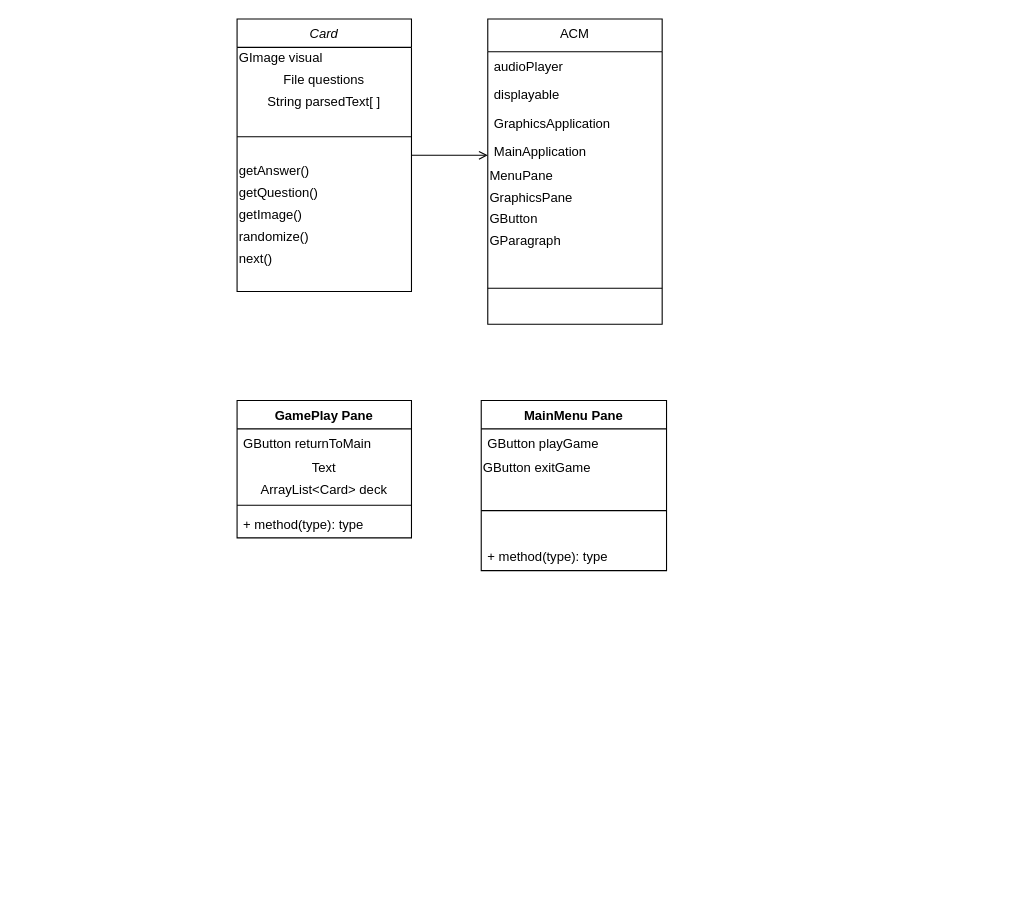
Earlier version of the draw.io diagram Untitled Diagram.drawio (Prot0ast/Repository-Name). Source tidied: cells renumbered, new cells numbered last; positions are measured from the earlier drawing's top-left corner, leaving out a move shared by most shapes. Both pictures are drawn from the tidied source at 109%, with x=0, y=0 at pixel (237, 19).
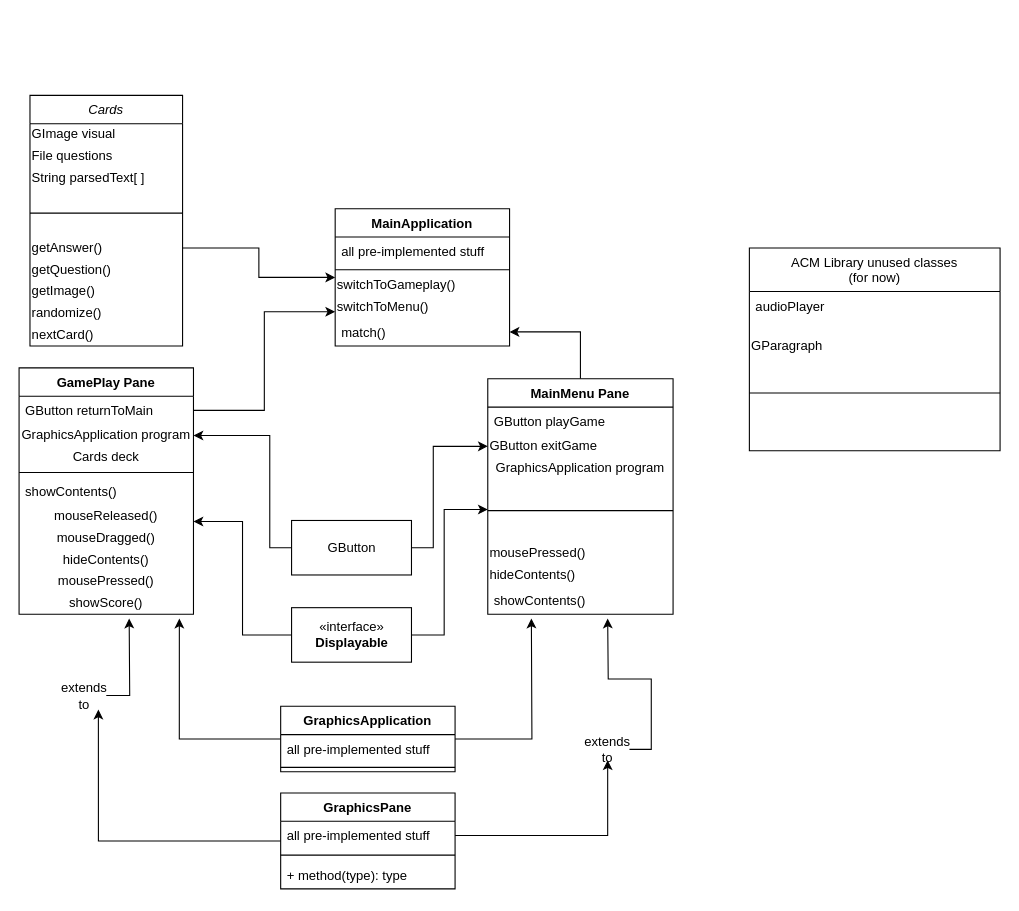
The same page after the edit.

The change refers to these unchanged cells:
```xml
<mxCell id="25" value="&lt;div align=&quot;left&quot;&gt;GButton exitGame&lt;br&gt;&lt;/div&gt;" style="text;html=1;strokeColor=none;fillColor=none;align=left;verticalAlign=middle;whiteSpace=wrap;rounded=0;" parent="23" vertex="1">
  <mxGeometry y="52" width="170" height="20" as="geometry" />
</mxCell>
<mxCell id="29" value="GButton returnToMain" style="text;strokeColor=none;fillColor=none;align=left;verticalAlign=top;spacingLeft=4;spacingRight=4;overflow=hidden;points=[[0,0.5],[1,0.5]];portConstraint=eastwest;" parent="28" vertex="1">
  <mxGeometry y="26" width="160" height="26" as="geometry" />
</mxCell>
```

Diff of the diagram source:
```diff
@@
-    <mxCell id="2" value="Card" style="swimlane;fontStyle=2;align=center;verticalAlign=top;horizontal=1;startSize=26;rounded=0;shadow=0;strokeWidth=1;" parent="1" vertex="1">
-      <mxGeometry width="160" height="250" as="geometry" />
+    <mxCell id="2" value="Cards" style="swimlane;fontStyle=2;align=center;verticalAlign=top;horizontal=1;startSize=26;rounded=0;shadow=0;strokeWidth=1;" parent="1" vertex="1">
+      <mxGeometry x="-190" y="70" width="140" height="230" as="geometry" />
     </mxCell>
     <mxCell id="3" value="&lt;div align=&quot;left&quot;&gt;GImage visual&lt;/div&gt;" style="text;html=1;strokeColor=none;fillColor=none;align=left;verticalAlign=middle;whiteSpace=wrap;rounded=0;" parent="2" vertex="1">
-      <mxGeometry y="26" width="160" height="20" as="geometry" />
+      <mxGeometry y="26" width="140" height="20" as="geometry" />
     </mxCell>
-    <mxCell id="4" value="File questions" style="text;html=1;strokeColor=none;fillColor=none;align=center;verticalAlign=middle;whiteSpace=wrap;rounded=0;" parent="2" vertex="1">
-      <mxGeometry y="46" width="160" height="20" as="geometry" />
+    <mxCell id="4" value="&lt;div align=&quot;left&quot;&gt;File questions&lt;/div&gt;" style="text;html=1;strokeColor=none;fillColor=none;align=left;verticalAlign=middle;whiteSpace=wrap;rounded=0;" parent="2" vertex="1">
+      <mxGeometry y="46" width="140" height="20" as="geometry" />
     </mxCell>
-    <mxCell id="5" value="String parsedText[ ]" style="text;html=1;strokeColor=none;fillColor=none;align=center;verticalAlign=middle;whiteSpace=wrap;rounded=0;" parent="2" vertex="1">
-      <mxGeometry y="66" width="160" height="20" as="geometry" />
+    <mxCell id="5" value="&lt;div align=&quot;left&quot;&gt;String parsedText[ ]&lt;/div&gt;" style="text;html=1;strokeColor=none;fillColor=none;align=left;verticalAlign=middle;whiteSpace=wrap;rounded=0;" parent="2" vertex="1">
+      <mxGeometry y="66" width="140" height="20" as="geometry" />
     </mxCell>
     <mxCell id="6" style="line;html=1;strokeWidth=1;align=left;verticalAlign=middle;spacingTop=-1;spacingLeft=3;spacingRight=3;labelPosition=right;" parent="2" vertex="1">
-      <mxGeometry y="86" width="160" height="44" as="geometry" />
+      <mxGeometry y="86" width="140" height="44" as="geometry" />
     </mxCell>
     <mxCell id="7" value="&lt;div align=&quot;left&quot;&gt;getAnswer()&lt;/div&gt;" style="text;html=1;strokeColor=none;fillColor=none;align=left;verticalAlign=middle;whiteSpace=wrap;rounded=0;" parent="2" vertex="1">
-      <mxGeometry y="130" width="160" height="20" as="geometry" />
+      <mxGeometry y="130" width="140" height="20" as="geometry" />
     </mxCell>
     <mxCell id="8" value="&lt;div align=&quot;left&quot;&gt;getQuestion()&lt;/div&gt;" style="text;html=1;strokeColor=none;fillColor=none;align=left;verticalAlign=middle;whiteSpace=wrap;rounded=0;" parent="2" vertex="1">
-      <mxGeometry y="150" width="160" height="20" as="geometry" />
+      <mxGeometry y="150" width="140" height="20" as="geometry" />
     </mxCell>
     <mxCell id="9" value="&lt;div align=&quot;left&quot;&gt;getImage()&lt;/div&gt;" style="text;html=1;strokeColor=none;fillColor=none;align=left;verticalAlign=middle;whiteSpace=wrap;rounded=0;" parent="2" vertex="1">
-      <mxGeometry y="170" width="160" height="20" as="geometry" />
+      <mxGeometry y="170" width="140" height="20" as="geometry" />
     </mxCell>
     <mxCell id="10" value="&lt;div align=&quot;left&quot;&gt;randomize()&lt;/div&gt;" style="text;html=1;strokeColor=none;fillColor=none;align=left;verticalAlign=middle;whiteSpace=wrap;rounded=0;" parent="2" vertex="1">
-      <mxGeometry y="190" width="160" height="20" as="geometry" />
+      <mxGeometry y="190" width="140" height="20" as="geometry" />
     </mxCell>
-    <mxCell id="11" value="&lt;div align=&quot;left&quot;&gt;next()&lt;/div&gt;" style="text;html=1;strokeColor=none;fillColor=none;align=left;verticalAlign=middle;whiteSpace=wrap;rounded=0;" parent="2" vertex="1">
-      <mxGeometry y="210" width="160" height="20" as="geometry" />
+    <mxCell id="11" value="&lt;div align=&quot;left&quot;&gt;nextCard()&lt;/div&gt;" style="text;html=1;strokeColor=none;fillColor=none;align=left;verticalAlign=middle;whiteSpace=wrap;rounded=0;" parent="2" vertex="1">
+      <mxGeometry y="210" width="140" height="20" as="geometry" />
     </mxCell>
-    <mxCell id="12" value="ACM" style="swimlane;fontStyle=0;align=center;verticalAlign=top;horizontal=1;startSize=30;rounded=0;shadow=0;strokeWidth=1;" parent="1" vertex="1">
-      <mxGeometry x="230" width="160" height="280" as="geometry" />
+    <mxCell id="12" value="ACM Library unused classes&#10;(for now)&#10;" style="swimlane;fontStyle=0;align=center;verticalAlign=top;horizontal=1;startSize=40;rounded=0;shadow=0;strokeWidth=1;" parent="1" vertex="1">
+      <mxGeometry x="470" y="210" width="230" height="186" as="geometry" />
     </mxCell>
     <mxCell id="13" value="audioPlayer" style="text;align=left;verticalAlign=top;spacingLeft=4;spacingRight=4;overflow=hidden;" parent="12" vertex="1">
-      <mxGeometry y="30" width="160" height="26" as="geometry" />
+      <mxGeometry y="40" width="230" height="40" as="geometry" />
     </mxCell>
-    <mxCell id="14" value="displayable" style="text;align=left;verticalAlign=top;spacingLeft=4;spacingRight=4;overflow=hidden;rounded=0;shadow=0;html=0;" parent="12" vertex="1">
-      <mxGeometry y="56" width="160" height="26" as="geometry" />
-    </mxCell>
-    <mxCell id="15" value="GraphicsApplication" style="text;align=left;verticalAlign=top;spacingLeft=4;spacingRight=4;overflow=hidden;points=[[0,0.5],[1,0.5]];portConstraint=eastwest;rounded=0;shadow=0;html=0;" parent="12" vertex="1">
-      <mxGeometry y="82" width="160" height="26" as="geometry" />
-    </mxCell>
-    <mxCell id="16" value="MainApplication&#10;" style="text;align=left;verticalAlign=top;spacingLeft=4;spacingRight=4;overflow=hidden;points=[[0,0.5],[1,0.5]];portConstraint=eastwest;rounded=0;shadow=0;html=0;" parent="12" vertex="1">
-      <mxGeometry y="108" width="160" height="26" as="geometry" />
-    </mxCell>
-    <mxCell id="17" value="&lt;div align=&quot;left&quot;&gt;MenuPane&lt;/div&gt;" style="text;html=1;strokeColor=none;fillColor=none;align=left;verticalAlign=middle;whiteSpace=wrap;rounded=0;" parent="12" vertex="1">
-      <mxGeometry y="134" width="160" height="20" as="geometry" />
-    </mxCell>
-    <mxCell id="18" value="&lt;div align=&quot;left&quot;&gt;GraphicsPane&lt;/div&gt;" style="text;html=1;strokeColor=none;fillColor=none;align=left;verticalAlign=middle;whiteSpace=wrap;rounded=0;" parent="12" vertex="1">
-      <mxGeometry y="154" width="160" height="20" as="geometry" />
-    </mxCell>
-    <mxCell id="19" value="&lt;div align=&quot;left&quot;&gt;GButton&lt;/div&gt;" style="text;html=1;strokeColor=none;fillColor=none;align=left;verticalAlign=middle;whiteSpace=wrap;rounded=0;" parent="12" vertex="1">
-      <mxGeometry y="174" width="160" height="20" as="geometry" />
-    </mxCell>
     <mxCell id="20" value="&lt;div align=&quot;left&quot;&gt;GParagraph&lt;/div&gt;" style="text;html=1;strokeColor=none;fillColor=none;align=left;verticalAlign=middle;whiteSpace=wrap;rounded=0;" parent="12" vertex="1">
-      <mxGeometry y="194" width="160" height="20" as="geometry" />
+      <mxGeometry y="80" width="230" height="20" as="geometry" />
     </mxCell>
     <mxCell id="21" style="line;html=1;strokeWidth=1;align=left;verticalAlign=middle;spacingTop=-1;spacingLeft=3;spacingRight=3;labelPosition=right;" parent="12" vertex="1">
-      <mxGeometry y="214" width="160" height="66" as="geometry" />
+      <mxGeometry y="100" width="230" height="66" as="geometry" />
     </mxCell>
-    <mxCell id="22" style="endArrow=open;shadow=0;strokeWidth=1;rounded=0;endFill=1;edgeStyle=elbowEdgeStyle;elbow=vertical;" parent="1" edge="1" source="2" target="12">
-      <mxGeometry x="0.5" y="41" relative="1" as="geometry">
-        <mxPoint x="-40" y="32" as="offset" />
-      </mxGeometry>
-    </mxCell>
+    <mxCell id="34" style="edgeStyle=orthogonalEdgeStyle;rounded=0;jettySize=auto;html=1;entryX=1;entryY=0.5;entryDx=0;entryDy=0;" parent="1" edge="1" source="23" target="47">
+      <mxGeometry relative="1" as="geometry" />
+    </mxCell>
     <mxCell id="23" value="MainMenu Pane" style="swimlane;fontStyle=1;align=center;verticalAlign=top;horizontal=1;startSize=26;" parent="1" vertex="1">
-      <mxGeometry x="224" y="350" width="170" height="156" as="geometry" />
+      <mxGeometry x="230" y="330" width="170" height="216" as="geometry" />
     </mxCell>
@@
+    <mxCell id="35" value="GraphicsApplication program" style="text;html=1;strokeColor=none;fillColor=none;align=center;verticalAlign=middle;whiteSpace=wrap;rounded=0;" parent="23" vertex="1">
+      <mxGeometry y="72" width="170" height="20" as="geometry" />
+    </mxCell>
     <mxCell id="26" style="line;strokeWidth=1;fillColor=none;align=left;verticalAlign=middle;spacingTop=-1;spacingLeft=3;spacingRight=3;labelPosition=right;" parent="23" vertex="1">
-      <mxGeometry y="72" width="170" height="58" as="geometry" />
+      <mxGeometry y="92" width="170" height="58" as="geometry" />
     </mxCell>
+    <mxCell id="36" value="&lt;div align=&quot;left&quot;&gt;mousePressed()&lt;/div&gt;" style="text;html=1;strokeColor=none;fillColor=none;align=left;verticalAlign=middle;whiteSpace=wrap;rounded=0;" parent="23" vertex="1">
+      <mxGeometry y="150" width="170" height="20" as="geometry" />
+    </mxCell>
+    <mxCell id="37" value="&lt;div align=&quot;left&quot;&gt;hideContents()&lt;/div&gt;" style="text;html=1;strokeColor=none;fillColor=none;align=left;verticalAlign=middle;whiteSpace=wrap;rounded=0;" parent="23" vertex="1">
+      <mxGeometry y="170" width="170" height="20" as="geometry" />
+    </mxCell>
-    <mxCell id="27" value="+ method(type): type" style="text;strokeColor=none;fillColor=none;align=left;verticalAlign=top;spacingLeft=4;spacingRight=4;overflow=hidden;" parent="23" vertex="1">
-      <mxGeometry y="130" width="170" height="26" as="geometry" />
+    <mxCell id="27" value="showContents()" style="text;strokeColor=none;fillColor=none;align=left;verticalAlign=top;spacingLeft=4;spacingRight=4;overflow=hidden;" parent="23" vertex="1">
+      <mxGeometry y="190" width="170" height="26" as="geometry" />
     </mxCell>
     <mxCell id="28" value="GamePlay Pane" style="swimlane;fontStyle=1;align=center;verticalAlign=top;horizontal=1;startSize=26;" parent="1" vertex="1">
-      <mxGeometry y="350" width="160" height="126" as="geometry" />
+      <mxGeometry x="-200" y="320" width="160" height="226" as="geometry" />
     </mxCell>
@@
-    <mxCell id="30" value="Text" style="text;html=1;strokeColor=none;fillColor=none;align=center;verticalAlign=middle;whiteSpace=wrap;rounded=0;" parent="28" vertex="1">
+    <mxCell id="30" value="GraphicsApplication program" style="text;html=1;strokeColor=none;fillColor=none;align=center;verticalAlign=middle;whiteSpace=wrap;rounded=0;" parent="28" vertex="1">
       <mxGeometry y="52" width="160" height="20" as="geometry" />
     </mxCell>
-    <mxCell id="31" value="&lt;div align=&quot;left&quot;&gt;ArrayList&amp;lt;Card&amp;gt; deck&lt;br&gt;&lt;/div&gt;" style="text;html=1;strokeColor=none;fillColor=none;align=center;verticalAlign=middle;whiteSpace=wrap;rounded=0;" parent="28" vertex="1">
+    <mxCell id="31" value="Cards deck" style="text;html=1;strokeColor=none;fillColor=none;align=center;verticalAlign=middle;whiteSpace=wrap;rounded=0;" parent="28" vertex="1">
       <mxGeometry y="72" width="160" height="20" as="geometry" />
     </mxCell>
@@
-    <mxCell id="33" value="+ method(type): type" style="text;strokeColor=none;fillColor=none;align=left;verticalAlign=top;spacingLeft=4;spacingRight=4;overflow=hidden;" parent="28" vertex="1">
+    <mxCell id="33" value="showContents()" style="text;strokeColor=none;fillColor=none;align=left;verticalAlign=top;spacingLeft=4;spacingRight=4;overflow=hidden;" parent="28" vertex="1">
       <mxGeometry y="100" width="160" height="26" as="geometry" />
     </mxCell>
+    <mxCell id="38" value="mouseReleased()" style="text;html=1;strokeColor=none;fillColor=none;align=center;verticalAlign=middle;whiteSpace=wrap;rounded=0;" parent="28" vertex="1">
+      <mxGeometry y="126" width="160" height="20" as="geometry" />
+    </mxCell>
+    <mxCell id="39" value="mouseDragged()" style="text;html=1;strokeColor=none;fillColor=none;align=center;verticalAlign=middle;whiteSpace=wrap;rounded=0;" parent="28" vertex="1">
+      <mxGeometry y="146" width="160" height="20" as="geometry" />
+    </mxCell>
+    <mxCell id="40" value="hideContents()" style="text;html=1;strokeColor=none;fillColor=none;align=center;verticalAlign=middle;whiteSpace=wrap;rounded=0;" parent="28" vertex="1">
+      <mxGeometry y="166" width="160" height="20" as="geometry" />
+    </mxCell>
+    <mxCell id="41" value="mousePressed()" style="text;html=1;strokeColor=none;fillColor=none;align=center;verticalAlign=middle;whiteSpace=wrap;rounded=0;" parent="28" vertex="1">
+      <mxGeometry y="186" width="160" height="20" as="geometry" />
+    </mxCell>
+    <mxCell id="42" value="showScore()" style="text;html=1;strokeColor=none;fillColor=none;align=center;verticalAlign=middle;whiteSpace=wrap;rounded=0;" parent="28" vertex="1">
+      <mxGeometry y="206" width="160" height="20" as="geometry" />
+    </mxCell>
+    <mxCell id="16" value="MainApplication" style="swimlane;fontStyle=1;align=center;verticalAlign=top;horizontal=1;startSize=26;" parent="1" vertex="1">
+      <mxGeometry x="90" y="174" width="160" height="126" as="geometry" />
+    </mxCell>
+    <mxCell id="43" value="all pre-implemented stuff" style="text;strokeColor=none;fillColor=none;align=left;verticalAlign=top;spacingLeft=4;spacingRight=4;overflow=hidden;" parent="16" vertex="1">
+      <mxGeometry y="26" width="160" height="26" as="geometry" />
+    </mxCell>
+    <mxCell id="44" style="line;strokeWidth=1;fillColor=none;align=left;verticalAlign=middle;spacingTop=-1;spacingLeft=3;spacingRight=3;labelPosition=right;" parent="16" vertex="1">
+      <mxGeometry y="52" width="160" height="8" as="geometry" />
+    </mxCell>
+    <mxCell id="45" value="&lt;div align=&quot;left&quot;&gt;switchToGameplay()&lt;/div&gt;" style="text;html=1;strokeColor=none;fillColor=none;align=left;verticalAlign=middle;whiteSpace=wrap;rounded=0;" parent="16" vertex="1">
+      <mxGeometry y="60" width="160" height="20" as="geometry" />
+    </mxCell>
+    <mxCell id="46" value="&lt;div align=&quot;left&quot;&gt;switchToMenu()&lt;/div&gt;" style="text;html=1;strokeColor=none;fillColor=none;align=left;verticalAlign=middle;whiteSpace=wrap;rounded=0;" parent="16" vertex="1">
+      <mxGeometry y="80" width="160" height="20" as="geometry" />
+    </mxCell>
+    <mxCell id="47" value="match()" style="text;strokeColor=none;fillColor=none;align=left;verticalAlign=top;spacingLeft=4;spacingRight=4;overflow=hidden;points=[[0,0.5],[1,0.5]];portConstraint=eastwest;" parent="16" vertex="1">
+      <mxGeometry y="100" width="160" height="26" as="geometry" />
+    </mxCell>
+    <mxCell id="48" style="edgeStyle=orthogonalEdgeStyle;rounded=0;jettySize=auto;html=1;entryX=0;entryY=0.75;entryDx=0;entryDy=0;" parent="1" edge="1" source="29" target="16">
+      <mxGeometry relative="1" as="geometry" />
+    </mxCell>
+    <mxCell id="49" style="edgeStyle=orthogonalEdgeStyle;rounded=0;jettySize=auto;html=1;" parent="1" edge="1" source="7" target="16">
+      <mxGeometry relative="1" as="geometry" />
+    </mxCell>
+    <mxCell id="50" style="edgeStyle=orthogonalEdgeStyle;rounded=0;jettySize=auto;html=1;entryX=0.919;entryY=1.2;entryDx=0;entryDy=0;entryPerimeter=0;" parent="1" edge="1" source="15" target="42">
+      <mxGeometry relative="1" as="geometry" />
+    </mxCell>
+    <mxCell id="51" style="edgeStyle=orthogonalEdgeStyle;rounded=0;jettySize=auto;html=1;" parent="1" edge="1" source="15">
+      <mxGeometry relative="1" as="geometry">
+        <mxPoint x="270" y="550" as="targetPoint" />
+      </mxGeometry>
+    </mxCell>
+    <mxCell id="15" value="GraphicsApplication" style="swimlane;fontStyle=1;align=center;verticalAlign=top;horizontal=1;startSize=26;" parent="1" vertex="1">
+      <mxGeometry x="40" y="630.5" width="160" height="60" as="geometry" />
+    </mxCell>
+    <mxCell id="52" value="all pre-implemented stuff" style="text;strokeColor=none;fillColor=none;align=left;verticalAlign=top;spacingLeft=4;spacingRight=4;overflow=hidden;" parent="15" vertex="1">
+      <mxGeometry y="26" width="160" height="26" as="geometry" />
+    </mxCell>
+    <mxCell id="53" style="line;strokeWidth=1;fillColor=none;align=left;verticalAlign=middle;spacingTop=-1;spacingLeft=3;spacingRight=3;labelPosition=right;" parent="15" vertex="1">
+      <mxGeometry y="52" width="160" height="8" as="geometry" />
+    </mxCell>
+    <mxCell id="54" style="edgeStyle=orthogonalEdgeStyle;rounded=0;jettySize=auto;html=1;" parent="1" edge="1" source="59">
+      <mxGeometry relative="1" as="geometry">
+        <mxPoint x="-99" y="550" as="targetPoint" />
+      </mxGeometry>
+    </mxCell>
+    <mxCell id="18" value="GraphicsPane" style="swimlane;fontStyle=1;align=center;verticalAlign=top;horizontal=1;startSize=26;" parent="1" vertex="1">
+      <mxGeometry x="40" y="710" width="160" height="88" as="geometry" />
+    </mxCell>
+    <mxCell id="55" value="all pre-implemented stuff" style="text;strokeColor=none;fillColor=none;align=left;verticalAlign=top;spacingLeft=4;spacingRight=4;overflow=hidden;points=[[0,0.5],[1,0.5]];portConstraint=eastwest;" parent="18" vertex="1">
+      <mxGeometry y="26" width="160" height="26" as="geometry" />
+    </mxCell>
+    <mxCell id="56" style="line;strokeWidth=1;fillColor=none;align=left;verticalAlign=middle;spacingTop=-1;spacingLeft=3;spacingRight=3;labelPosition=right;" parent="18" vertex="1">
+      <mxGeometry y="52" width="160" height="10" as="geometry" />
+    </mxCell>
+    <mxCell id="57" value="+ method(type): type" style="text;strokeColor=none;fillColor=none;align=left;verticalAlign=top;spacingLeft=4;spacingRight=4;overflow=hidden;" parent="18" vertex="1">
+      <mxGeometry y="62" width="160" height="26" as="geometry" />
+    </mxCell>
+    <mxCell id="58" style="edgeStyle=orthogonalEdgeStyle;rounded=0;jettySize=auto;html=1;exitX=1;exitY=0.5;exitDx=0;exitDy=0;" parent="1" edge="1" source="66">
+      <mxGeometry relative="1" as="geometry">
+        <mxPoint x="340" y="550" as="targetPoint" />
+      </mxGeometry>
+    </mxCell>
+    <mxCell id="59" value="extends to" style="text;html=1;strokeColor=none;fillColor=none;align=center;verticalAlign=middle;whiteSpace=wrap;rounded=0;" parent="1" vertex="1">
+      <mxGeometry x="-160" y="610.5" width="40" height="20" as="geometry" />
+    </mxCell>
+    <mxCell id="60" style="edgeStyle=orthogonalEdgeStyle;rounded=0;jettySize=auto;html=1;entryX=0.819;entryY=1.15;entryDx=0;entryDy=0;entryPerimeter=0;" parent="1" edge="1" source="18" target="59">
+      <mxGeometry relative="1" as="geometry" />
+    </mxCell>
+    <mxCell id="61" style="edgeStyle=orthogonalEdgeStyle;rounded=0;jettySize=auto;html=1;entryX=1;entryY=0.75;entryDx=0;entryDy=0;" parent="1" edge="1" source="63" target="38">
+      <mxGeometry relative="1" as="geometry" />
+    </mxCell>
+    <mxCell id="62" style="edgeStyle=orthogonalEdgeStyle;rounded=0;jettySize=auto;html=1;exitX=1;exitY=0.5;exitDx=0;exitDy=0;" parent="1" edge="1" source="63">
+      <mxGeometry relative="1" as="geometry">
+        <mxPoint x="230" y="450" as="targetPoint" />
+        <Array as="points">
+          <mxPoint x="190" y="565" />
+          <mxPoint x="190" y="450" />
+        </Array>
+      </mxGeometry>
+    </mxCell>
+    <mxCell id="63" value="«interface»&lt;br&gt;&lt;b&gt;Displayable&lt;/b&gt;" style="html=1;" parent="1" vertex="1">
+      <mxGeometry x="50" y="540" width="110" height="50" as="geometry" />
+    </mxCell>
+    <mxCell id="64" style="edgeStyle=orthogonalEdgeStyle;rounded=0;jettySize=auto;html=1;entryX=1;entryY=0.5;entryDx=0;entryDy=0;" parent="1" edge="1" source="19" target="30">
+      <mxGeometry relative="1" as="geometry">
+        <Array as="points">
+          <mxPoint x="30" y="485" />
+          <mxPoint x="30" y="382" />
+        </Array>
+      </mxGeometry>
+    </mxCell>
+    <mxCell id="65" style="edgeStyle=orthogonalEdgeStyle;rounded=0;jettySize=auto;html=1;" parent="1" edge="1" source="19" target="25">
+      <mxGeometry relative="1" as="geometry">
+        <Array as="points">
+          <mxPoint x="180" y="485" />
+          <mxPoint x="180" y="392" />
+        </Array>
+      </mxGeometry>
+    </mxCell>
+    <mxCell id="19" value="GButton" style="html=1;" parent="1" vertex="1">
+      <mxGeometry x="50" y="460" width="110" height="50" as="geometry" />
+    </mxCell>
+    <mxCell id="66" value="extends to" style="text;html=1;strokeColor=none;fillColor=none;align=center;verticalAlign=middle;whiteSpace=wrap;rounded=0;" parent="1" vertex="1">
+      <mxGeometry x="320" y="660" width="40" height="20" as="geometry" />
+    </mxCell>
+    <mxCell id="67" style="edgeStyle=orthogonalEdgeStyle;rounded=0;jettySize=auto;html=1;exitX=1;exitY=0.5;exitDx=0;exitDy=0;" parent="1" edge="1" source="55" target="66">
+      <mxGeometry relative="1" as="geometry" />
+    </mxCell>
```
